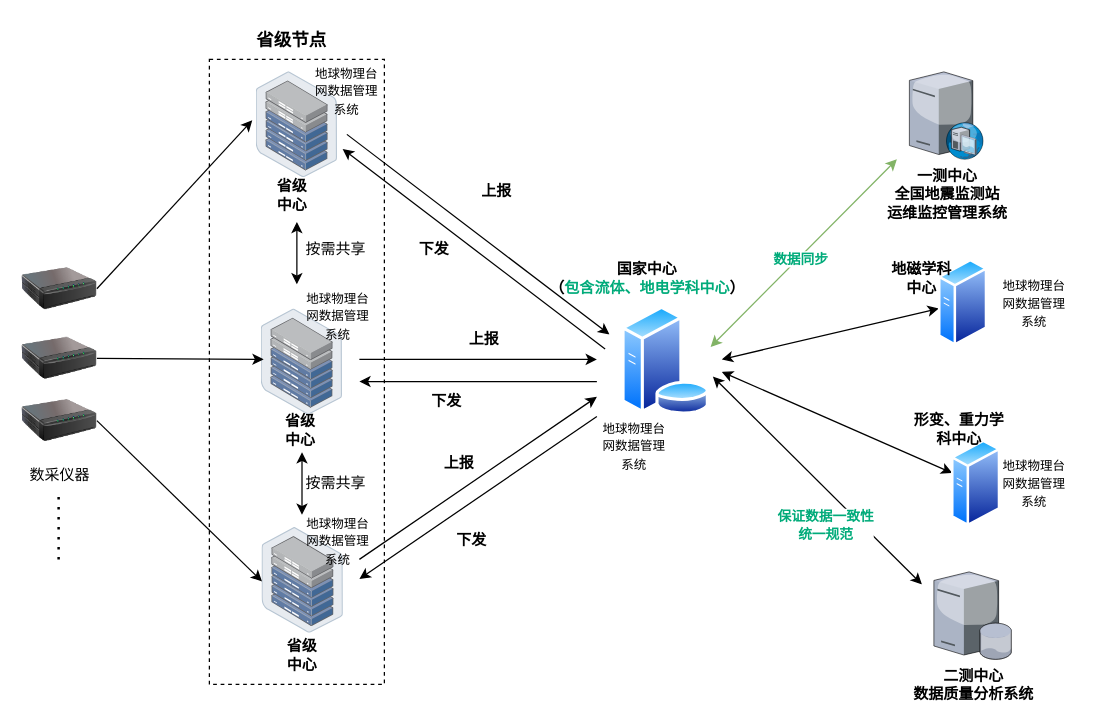
raingnight/Blog_Pic keeps this draw.io diagram as page "第 7 页" (7 of 16) of drawio/eq_network.drawio. Above is the earlier version. Source tidied: cells renumbered, new cells numbered last; positions are measured from the earlier drawing's top-left corner, leaving out a move shared by most shapes. Both pictures are drawn from the tidied source at 125%, with x=0, y=0 at pixel (21, 21).
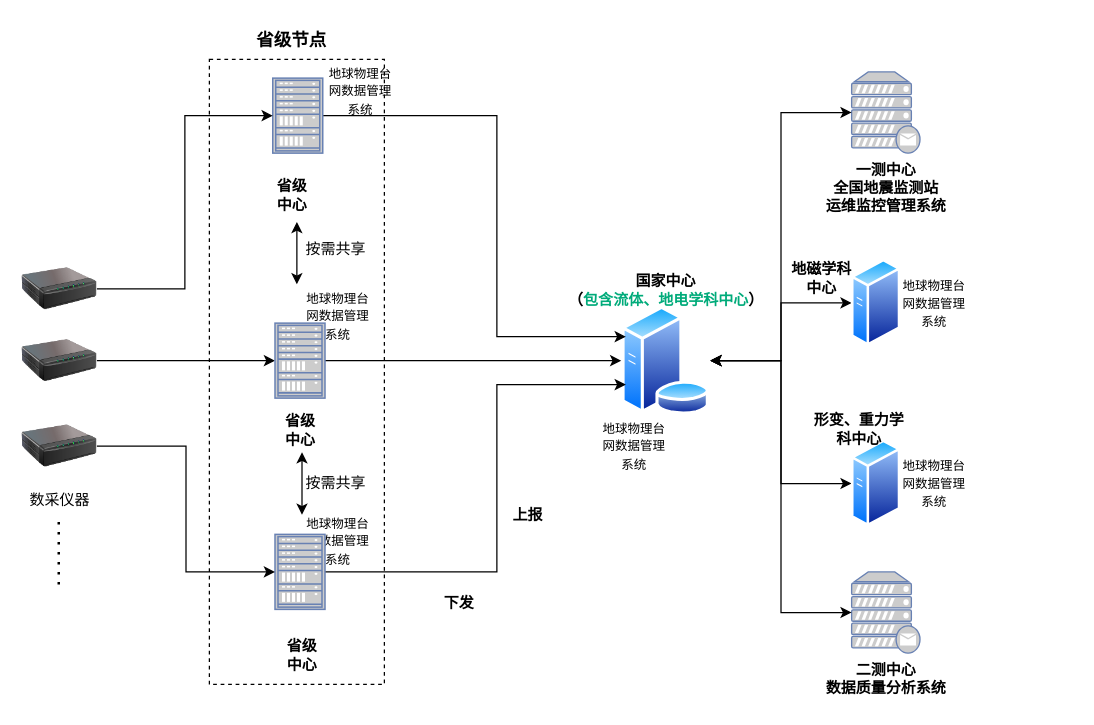
Above is the later version.

The change refers to these unchanged cells:
```xml
<mxCell id="7" style="image;perimeter=ellipsePerimeter;html=1;align=center;shadow=0;dashed=0;spacingTop=3;image=img/lib/active_directory/database_server.svg;" parent="1" vertex="1">
  <mxGeometry x="479.5" y="227.5" width="71.3" height="87" as="geometry" />
</mxCell>
<mxCell id="29" style="image;html=1;image=img/lib/clip_art/networking/Print_Server_128x128.png;" parent="1" vertex="1">
  <mxGeometry y="183.5" width="60" height="60" as="geometry" />
</mxCell>
```

The edit, as a diff of the source:
```diff
@@
     <mxCell id="3" value="数采仪器" style="image;html=1;image=img/lib/clip_art/networking/Print_Server_128x128.png;" parent="1" vertex="1">
-      <mxGeometry y="289" width="60" height="60" as="geometry" />
+      <mxGeometry y="309.3" width="60" height="60" as="geometry" />
     </mxCell>
     <mxCell id="4" value="国家中心&lt;br&gt;（&lt;font color=&quot;#00ab7a&quot;&gt;包含&lt;/font&gt;&lt;span style=&quot;border-color: var(--border-color);&quot;&gt;&lt;font style=&quot;border-color: var(--border-color);&quot; color=&quot;#00ab7a&quot;&gt;流体、地电学科中心&lt;/font&gt;&lt;/span&gt;）" style="text;html=1;strokeColor=none;fillColor=none;align=center;verticalAlign=middle;whiteSpace=wrap;rounded=0;fontStyle=1;" parent="1" vertex="1">
-      <mxGeometry x="420" y="190" width="160.5" height="30" as="geometry" />
+      <mxGeometry x="435" y="199.8" width="160.5" height="30" as="geometry" />
     </mxCell>
-    <mxCell id="5" style="rounded=0;jettySize=auto;html=1;startArrow=classic;startFill=1;" parent="1" edge="1" target="16">
-      <mxGeometry relative="1" as="geometry">
-        <mxPoint x="560" y="270" as="sourcePoint" />
-      </mxGeometry>
-    </mxCell>
-    <mxCell id="6" style="rounded=0;jettySize=auto;html=1;startArrow=classic;startFill=1;" parent="1" edge="1" target="19">
-      <mxGeometry relative="1" as="geometry">
-        <mxPoint x="560" y="280" as="sourcePoint" />
-      </mxGeometry>
-    </mxCell>
+    <mxCell id="53" style="edgeStyle=orthogonalEdgeStyle;rounded=0;jettySize=auto;html=1;exitX=1;exitY=0.5;exitDx=0;exitDy=0;startArrow=classic;startFill=1;" parent="1" edge="1" source="7" target="16">
+      <mxGeometry relative="1" as="geometry" />
+    </mxCell>
+    <mxCell id="54" style="edgeStyle=orthogonalEdgeStyle;rounded=0;jettySize=auto;html=1;exitX=1;exitY=0.5;exitDx=0;exitDy=0;entryX=0;entryY=0.5;entryDx=0;entryDy=0;startArrow=classic;startFill=1;" parent="1" edge="1" source="7" target="19">
+      <mxGeometry relative="1" as="geometry" />
+    </mxCell>
@@
-    <mxCell id="8" value="&lt;b&gt;一测中心&lt;br&gt;全国地震监测站&lt;br&gt;运维监控管理系统&lt;br&gt;&lt;/b&gt;" style="verticalLabelPosition=bottom;sketch=0;html=1;verticalAlign=top;strokeColor=none;align=center;outlineConnect=0;shape=mxgraph.citrix.dhcp_server;" parent="1" vertex="1">
-      <mxGeometry x="710" y="40" width="59.1" height="70" as="geometry" />
-    </mxCell>
-    <mxCell id="9" value="&lt;b&gt;二测中心&lt;br&gt;数据质量分析系统&lt;br&gt;&lt;/b&gt;" style="verticalLabelPosition=bottom;sketch=0;html=1;verticalAlign=top;strokeColor=none;align=center;outlineConnect=0;shape=mxgraph.citrix.database_server;" parent="1" vertex="1">
-      <mxGeometry x="729.6" y="440" width="62.2" height="70" as="geometry" />
-    </mxCell>
-    <mxCell id="10" style="endArrow=classic;html=1;rounded=0;strokeColor=#82b366;fillColor=#d5e8d4;startArrow=classic;startFill=1;" parent="1" edge="1">
-      <mxGeometry relative="1" as="geometry">
-        <mxPoint x="551" y="260" as="sourcePoint" />
-        <mxPoint x="700" y="110" as="targetPoint" />
-      </mxGeometry>
-    </mxCell>
-    <mxCell id="11" value="&lt;b style=&quot;&quot;&gt;&lt;font color=&quot;#00ab7a&quot;&gt;数据同步&lt;/font&gt;&lt;/b&gt;" style="edgeLabel;html=1;align=center;verticalAlign=middle;" parent="10" vertex="1">
-      <mxGeometry x="-0.04" y="-1" relative="1" as="geometry" />
-    </mxCell>
-    <mxCell id="12" style="endArrow=classic;html=1;rounded=0;exitX=1.028;exitY=0.647;exitDx=0;exitDy=0;startArrow=classic;startFill=1;exitPerimeter=0;" parent="1" edge="1" source="7">
-      <mxGeometry relative="1" as="geometry">
-        <mxPoint x="720" y="450" as="targetPoint" />
-      </mxGeometry>
-    </mxCell>
-    <mxCell id="13" value="&lt;b&gt;&lt;font color=&quot;#00ab7a&quot;&gt;保证数据一致性&lt;br&gt;统一规范&lt;/font&gt;&lt;/b&gt;" style="edgeLabel;html=1;align=center;verticalAlign=middle;" parent="12" vertex="1">
-      <mxGeometry x="0.02" y="-2" relative="1" as="geometry">
-        <mxPoint x="6" y="33" as="offset" />
-      </mxGeometry>
-    </mxCell>
@@
     <mxCell id="15" style="endArrow=none;dashed=1;html=1;dashPattern=1 3;strokeWidth=2;rounded=0;" parent="1" edge="1">
       <mxGeometry relative="1" as="geometry">
-        <mxPoint x="29.4" y="430" as="sourcePoint" />
-        <mxPoint x="29.4" y="380" as="targetPoint" />
+        <mxPoint x="29.5" y="450" as="sourcePoint" />
+        <mxPoint x="29.5" y="400" as="targetPoint" />
       </mxGeometry>
     </mxCell>
     <mxCell id="16" style="image;perimeter=ellipsePerimeter;html=1;align=center;shadow=0;dashed=0;spacingTop=3;image=img/lib/active_directory/generic_server.svg;" parent="1" vertex="1">
-      <mxGeometry x="733.4" y="189.6" width="39.4" height="70.4" as="geometry" />
+      <mxGeometry x="663.8" y="189.6" width="39.4" height="70.4" as="geometry" />
     </mxCell>
     <mxCell id="17" value="地磁学科中心" style="text;html=1;strokeColor=none;fillColor=none;align=center;verticalAlign=middle;whiteSpace=wrap;rounded=0;fontStyle=1;" parent="1" vertex="1">
-      <mxGeometry x="690" y="193.3" width="60" height="23.5" as="geometry" />
+      <mxGeometry x="610" y="193.3" width="60" height="23.5" as="geometry" />
     </mxCell>
     <mxCell id="18" value="&lt;font style=&quot;font-size: 10px;&quot;&gt;地球物理台网数据管理系统&lt;/font&gt;" style="text;html=1;strokeColor=none;fillColor=none;align=center;verticalAlign=middle;whiteSpace=wrap;rounded=0;" parent="1" vertex="1">
-      <mxGeometry x="780.3" y="209.8" width="60" height="30" as="geometry" />
+      <mxGeometry x="700.3" y="209.8" width="60" height="30" as="geometry" />
     </mxCell>
     <mxCell id="19" style="image;perimeter=ellipsePerimeter;html=1;align=center;shadow=0;dashed=0;spacingTop=3;image=img/lib/active_directory/generic_server.svg;" parent="1" vertex="1">
-      <mxGeometry x="743.8" y="334.1" width="39.4" height="70.4" as="geometry" />
+      <mxGeometry x="663.8" y="334.1" width="39.4" height="70.4" as="geometry" />
     </mxCell>
     <mxCell id="20" value="形变、重力学科中心" style="text;html=1;strokeColor=none;fillColor=none;align=center;verticalAlign=middle;whiteSpace=wrap;rounded=0;fontStyle=1;" parent="1" vertex="1">
-      <mxGeometry x="710" y="314.5" width="80" height="23.5" as="geometry" />
+      <mxGeometry x="630" y="314.5" width="80" height="23.5" as="geometry" />
     </mxCell>
     <mxCell id="21" value="&lt;font style=&quot;font-size: 10px;&quot;&gt;地球物理台网数据管理系统&lt;/font&gt;" style="text;html=1;strokeColor=none;fillColor=none;align=center;verticalAlign=middle;whiteSpace=wrap;rounded=0;" parent="1" vertex="1">
-      <mxGeometry x="780.3" y="354.3" width="60" height="30" as="geometry" />
+      <mxGeometry x="700.3" y="354.3" width="60" height="30" as="geometry" />
     </mxCell>
@@
-    <mxCell id="23" style="image;points=[];html=1;align=center;shadow=0;dashed=0;image=img/lib/allied_telesis/storage/Datacenter_Server_Half_Rack_ToR.svg;" parent="1" vertex="1">
-      <mxGeometry x="191.5" y="229.8" width="65.1" height="84.6" as="geometry" />
-    </mxCell>
@@
-    <mxCell id="25" style="image;points=[];html=1;align=center;shadow=0;dashed=0;image=img/lib/allied_telesis/storage/Datacenter_Server_Half_Rack_ToR.svg;" parent="1" vertex="1">
-      <mxGeometry x="187.5" y="40" width="65.1" height="84.6" as="geometry" />
-    </mxCell>
@@
-    <mxCell id="27" style="image;points=[];html=1;align=center;shadow=0;dashed=0;image=img/lib/allied_telesis/storage/Datacenter_Server_Half_Rack_ToR.svg;" parent="1" vertex="1">
-      <mxGeometry x="192.2" y="404.5" width="65.1" height="84.6" as="geometry" />
-    </mxCell>
+    <mxCell id="55" style="edgeStyle=orthogonalEdgeStyle;rounded=0;jettySize=auto;html=1;exitX=1;exitY=0.5;exitDx=0;exitDy=0;" parent="1" edge="1" source="28" target="63">
+      <mxGeometry relative="1" as="geometry" />
+    </mxCell>
     <mxCell id="28" style="image;html=1;image=img/lib/clip_art/networking/Print_Server_128x128.png;" parent="1" vertex="1">
-      <mxGeometry y="239.2" width="60" height="60" as="geometry" />
+      <mxGeometry y="241" width="60" height="60" as="geometry" />
     </mxCell>
@@
-    <mxCell id="30" style="rounded=0;jettySize=auto;html=1;exitX=1;exitY=0.5;exitDx=0;exitDy=0;entryX=-0.049;entryY=0.458;entryDx=0;entryDy=0;entryPerimeter=0;" parent="1" edge="1" source="29" target="25">
-      <mxGeometry relative="1" as="geometry" />
-    </mxCell>
-    <mxCell id="31" style="rounded=0;jettySize=auto;html=1;exitX=1;exitY=0.5;exitDx=0;exitDy=0;entryX=0.029;entryY=0.475;entryDx=0;entryDy=0;entryPerimeter=0;" parent="1" edge="1" source="28" target="23">
-      <mxGeometry relative="1" as="geometry" />
-    </mxCell>
-    <mxCell id="32" style="rounded=0;jettySize=auto;html=1;exitX=1;exitY=0.5;exitDx=0;exitDy=0;entryX=-0.001;entryY=0.51;entryDx=0;entryDy=0;entryPerimeter=0;" parent="1" edge="1" source="3" target="27">
-      <mxGeometry relative="1" as="geometry" />
-    </mxCell>
@@
-    <mxCell id="37" style="endArrow=classic;html=1;rounded=0;" parent="1" edge="1">
-      <mxGeometry relative="1" as="geometry">
-        <mxPoint x="260" y="90" as="sourcePoint" />
-        <mxPoint x="470" y="250" as="targetPoint" />
-      </mxGeometry>
-    </mxCell>
-    <mxCell id="38" style="endArrow=classic;html=1;rounded=0;" parent="1" edge="1">
-      <mxGeometry relative="1" as="geometry">
-        <mxPoint x="466.6" y="261.7" as="sourcePoint" />
-        <mxPoint x="256.6" y="101.7" as="targetPoint" />
-      </mxGeometry>
-    </mxCell>
-    <mxCell id="39" style="endArrow=classic;html=1;rounded=0;" parent="1" edge="1">
-      <mxGeometry relative="1" as="geometry">
-        <mxPoint x="270" y="270" as="sourcePoint" />
-        <mxPoint x="460" y="270" as="targetPoint" />
-      </mxGeometry>
-    </mxCell>
-    <mxCell id="40" style="endArrow=classic;html=1;rounded=0;" parent="1" edge="1">
-      <mxGeometry relative="1" as="geometry">
-        <mxPoint x="460" y="287.7" as="sourcePoint" />
-        <mxPoint x="270" y="287.7" as="targetPoint" />
-      </mxGeometry>
-    </mxCell>
-    <mxCell id="41" style="endArrow=classic;html=1;rounded=0;" parent="1" edge="1">
-      <mxGeometry relative="1" as="geometry">
-        <mxPoint x="270" y="430" as="sourcePoint" />
-        <mxPoint x="460" y="300" as="targetPoint" />
-      </mxGeometry>
-    </mxCell>
-    <mxCell id="42" style="endArrow=classic;html=1;rounded=0;" parent="1" edge="1">
-      <mxGeometry relative="1" as="geometry">
-        <mxPoint x="460" y="315.7" as="sourcePoint" />
-        <mxPoint x="270" y="445.7" as="targetPoint" />
-      </mxGeometry>
-    </mxCell>
-    <mxCell id="43" value="上报" style="text;html=1;strokeColor=none;fillColor=none;align=center;verticalAlign=middle;whiteSpace=wrap;rounded=0;fontStyle=1;" parent="1" vertex="1">
-      <mxGeometry x="350" y="121" width="60" height="30" as="geometry" />
-    </mxCell>
     <mxCell id="44" value="上报" style="text;html=1;strokeColor=none;fillColor=none;align=center;verticalAlign=middle;whiteSpace=wrap;rounded=0;fontStyle=1;" parent="1" vertex="1">
-      <mxGeometry x="340" y="239.2" width="60" height="30" as="geometry" />
+      <mxGeometry x="375" y="380" width="60" height="30" as="geometry" />
     </mxCell>
-    <mxCell id="45" value="上报" style="text;html=1;strokeColor=none;fillColor=none;align=center;verticalAlign=middle;whiteSpace=wrap;rounded=0;fontStyle=1;" parent="1" vertex="1">
-      <mxGeometry x="320" y="338" width="60" height="30" as="geometry" />
-    </mxCell>
-    <mxCell id="46" value="下发" style="text;html=1;strokeColor=none;fillColor=none;align=center;verticalAlign=middle;whiteSpace=wrap;rounded=0;fontStyle=1;" parent="1" vertex="1">
-      <mxGeometry x="300" y="166.7" width="60" height="30" as="geometry" />
-    </mxCell>
     <mxCell id="47" value="下发" style="text;html=1;strokeColor=none;fillColor=none;align=center;verticalAlign=middle;whiteSpace=wrap;rounded=0;fontStyle=1;" parent="1" vertex="1">
-      <mxGeometry x="310" y="289" width="60" height="30" as="geometry" />
+      <mxGeometry x="320" y="450" width="60" height="30" as="geometry" />
     </mxCell>
-    <mxCell id="48" value="下发" style="text;html=1;strokeColor=none;fillColor=none;align=center;verticalAlign=middle;whiteSpace=wrap;rounded=0;fontStyle=1;" parent="1" vertex="1">
-      <mxGeometry x="330" y="400" width="60" height="30" as="geometry" />
-    </mxCell>
@@
     <mxCell id="50" value="&lt;font style=&quot;font-size: 10px;&quot;&gt;地球物理台网数据管理系统&lt;/font&gt;" style="text;html=1;strokeColor=none;fillColor=none;align=center;verticalAlign=middle;whiteSpace=wrap;rounded=0;" parent="1" vertex="1">
-      <mxGeometry x="230" y="40" width="60" height="30" as="geometry" />
+      <mxGeometry x="240.7" y="40" width="60" height="30" as="geometry" />
     </mxCell>
@@
+    <mxCell id="8" value="&lt;b style=&quot;border-color: var(--border-color); color: rgb(0, 0, 0);&quot;&gt;一测中心&lt;br style=&quot;border-color: var(--border-color);&quot;&gt;全国地震监测站&lt;br style=&quot;border-color: var(--border-color);&quot;&gt;运维监控管理系统&lt;/b&gt;" style="fontColor=#0066CC;verticalAlign=top;verticalLabelPosition=bottom;labelPosition=center;align=center;html=1;outlineConnect=0;fillColor=#CCCCCC;strokeColor=#6881B3;gradientColor=none;gradientDirection=north;strokeWidth=2;shape=mxgraph.networks.mail_server;" parent="1" vertex="1">
+      <mxGeometry x="663.8" y="40" width="54.7" height="65" as="geometry" />
+    </mxCell>
+    <mxCell id="56" style="edgeStyle=orthogonalEdgeStyle;rounded=0;jettySize=auto;html=1;exitX=1;exitY=0.5;exitDx=0;exitDy=0;entryX=0;entryY=0.5;entryDx=0;entryDy=0;entryPerimeter=0;startArrow=classic;startFill=1;" parent="1" edge="1" source="7" target="8">
+      <mxGeometry relative="1" as="geometry" />
+    </mxCell>
+    <mxCell id="9" value="&lt;b style=&quot;border-color: var(--border-color); color: rgb(0, 0, 0);&quot;&gt;二测中心&lt;br style=&quot;border-color: var(--border-color);&quot;&gt;数据质量分析系统&lt;/b&gt;" style="fontColor=#0066CC;verticalAlign=top;verticalLabelPosition=bottom;labelPosition=center;align=center;html=1;outlineConnect=0;fillColor=#CCCCCC;strokeColor=#6881B3;gradientColor=none;gradientDirection=north;strokeWidth=2;shape=mxgraph.networks.mail_server;" parent="1" vertex="1">
+      <mxGeometry x="663.8" y="440" width="54.7" height="65" as="geometry" />
+    </mxCell>
+    <mxCell id="57" style="edgeStyle=orthogonalEdgeStyle;rounded=0;jettySize=auto;html=1;exitX=1;exitY=0.5;exitDx=0;exitDy=0;entryX=0;entryY=0.5;entryDx=0;entryDy=0;entryPerimeter=0;startArrow=classic;startFill=1;" parent="1" edge="1" source="7" target="9">
+      <mxGeometry relative="1" as="geometry" />
+    </mxCell>
+    <mxCell id="58" style="edgeStyle=orthogonalEdgeStyle;rounded=0;jettySize=auto;html=1;exitX=1;exitY=0.5;exitDx=0;exitDy=0;exitPerimeter=0;entryX=0;entryY=0.75;entryDx=0;entryDy=0;" parent="1" edge="1" source="59" target="7">
+      <mxGeometry relative="1" as="geometry">
+        <Array as="points">
+          <mxPoint x="380" y="440" />
+          <mxPoint x="380" y="290" />
+        </Array>
+      </mxGeometry>
+    </mxCell>
+    <mxCell id="59" style="fontColor=#0066CC;verticalAlign=top;verticalLabelPosition=bottom;labelPosition=center;align=center;html=1;outlineConnect=0;fillColor=#CCCCCC;strokeColor=#6881B3;gradientColor=none;gradientDirection=north;strokeWidth=2;shape=mxgraph.networks.rack;" parent="1" vertex="1">
+      <mxGeometry x="202.5" y="410" width="40" height="60" as="geometry" />
+    </mxCell>
+    <mxCell id="60" style="edgeStyle=orthogonalEdgeStyle;rounded=0;jettySize=auto;html=1;exitX=1;exitY=0.5;exitDx=0;exitDy=0;exitPerimeter=0;entryX=0;entryY=0.25;entryDx=0;entryDy=0;" parent="1" edge="1" source="61" target="7">
+      <mxGeometry relative="1" as="geometry">
+        <Array as="points">
+          <mxPoint x="380" y="75" />
+          <mxPoint x="380" y="252" />
+        </Array>
+      </mxGeometry>
+    </mxCell>
+    <mxCell id="61" style="fontColor=#0066CC;verticalAlign=top;verticalLabelPosition=bottom;labelPosition=center;align=center;html=1;outlineConnect=0;fillColor=#CCCCCC;strokeColor=#6881B3;gradientColor=none;gradientDirection=north;strokeWidth=2;shape=mxgraph.networks.rack;" parent="1" vertex="1">
+      <mxGeometry x="200.7" y="45" width="40" height="60" as="geometry" />
+    </mxCell>
+    <mxCell id="62" style="edgeStyle=orthogonalEdgeStyle;rounded=0;jettySize=auto;html=1;exitX=1;exitY=0.5;exitDx=0;exitDy=0;exitPerimeter=0;" parent="1" edge="1" source="63" target="7">
+      <mxGeometry relative="1" as="geometry" />
+    </mxCell>
+    <mxCell id="63" style="fontColor=#0066CC;verticalAlign=top;verticalLabelPosition=bottom;labelPosition=center;align=center;html=1;outlineConnect=0;fillColor=#CCCCCC;strokeColor=#6881B3;gradientColor=none;gradientDirection=north;strokeWidth=2;shape=mxgraph.networks.rack;" parent="1" vertex="1">
+      <mxGeometry x="202.5" y="241" width="40" height="60" as="geometry" />
+    </mxCell>
+    <mxCell id="64" style="edgeStyle=orthogonalEdgeStyle;rounded=0;jettySize=auto;html=1;exitX=1;exitY=0.5;exitDx=0;exitDy=0;entryX=0;entryY=0.5;entryDx=0;entryDy=0;entryPerimeter=0;" parent="1" edge="1" source="29" target="61">
+      <mxGeometry relative="1" as="geometry" />
+    </mxCell>
+    <mxCell id="65" style="edgeStyle=orthogonalEdgeStyle;rounded=0;jettySize=auto;html=1;exitX=1;exitY=0.5;exitDx=0;exitDy=0;entryX=0;entryY=0.5;entryDx=0;entryDy=0;entryPerimeter=0;" parent="1" edge="1" source="3" target="59">
+      <mxGeometry relative="1" as="geometry" />
+    </mxCell>
```
